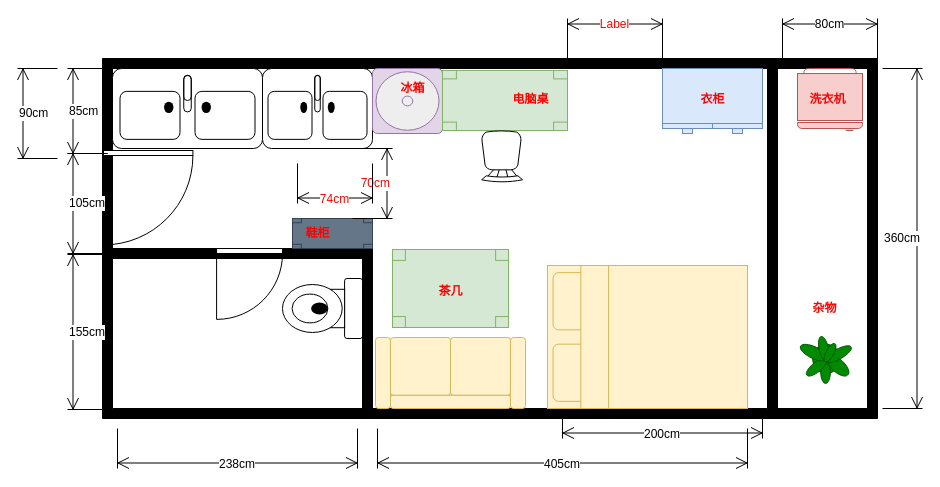
Earlier version of the draw.io diagram apartment.drawio (bingo787/draw). Source tidied: cells renumbered, new cells numbered last; positions are measured from the earlier drawing's top-left corner, leaving out a move shared by most shapes. Both pictures are drawn from the tidied source at 100%, with x=0, y=0 at pixel (17, 18).
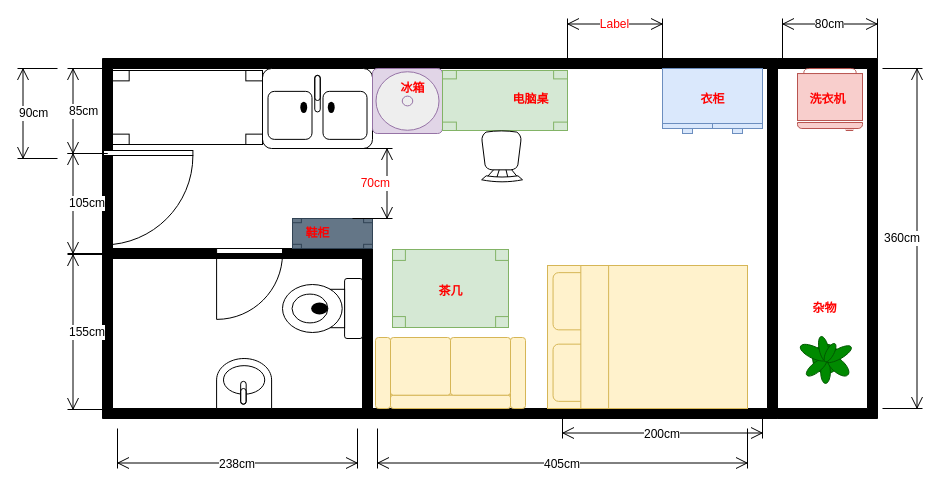
The same diagram, later.

The change refers to these unchanged cells:
```xml
<mxCell id="2" style="group;" parent="1" vertex="1">
  <mxGeometry x="85" y="40" width="775" height="400" as="geometry" />
</mxCell>
```

The edit, as a diff of the source:
```diff
@@
-    <mxCell id="13" style="verticalLabelPosition=bottom;html=1;verticalAlign=top;align=center;shape=mxgraph.floorplan.sink_double;" parent="2" vertex="1">
-      <mxGeometry x="10" y="10" width="150" height="80" as="geometry" />
-    </mxCell>
@@
-    <mxCell id="31" value="74cm" style="shape=dimension;whiteSpace=wrap;html=1;align=center;verticalAlign=bottom;spacingBottom=-5;labelBackgroundColor=#ffffff;rounded=0;fontColor=#FF0000;" parent="2" vertex="1">
-      <mxGeometry x="195" y="105" width="75" height="40" as="geometry" />
-    </mxCell>
+    <mxCell id="41" style="verticalLabelPosition=bottom;html=1;verticalAlign=top;align=center;shape=mxgraph.floorplan.table;rounded=0;fontColor=#FF0000;" parent="2" vertex="1">
+      <mxGeometry x="10" y="12" width="150" height="74" as="geometry" />
+    </mxCell>
+    <mxCell id="42" style="verticalLabelPosition=bottom;html=1;verticalAlign=top;align=center;shape=mxgraph.floorplan.sink_1;rounded=0;fontColor=#FF0000;direction=west;" parent="2" vertex="1">
+      <mxGeometry x="114.1" y="300" width="55" height="50" as="geometry" />
+    </mxCell>
```
